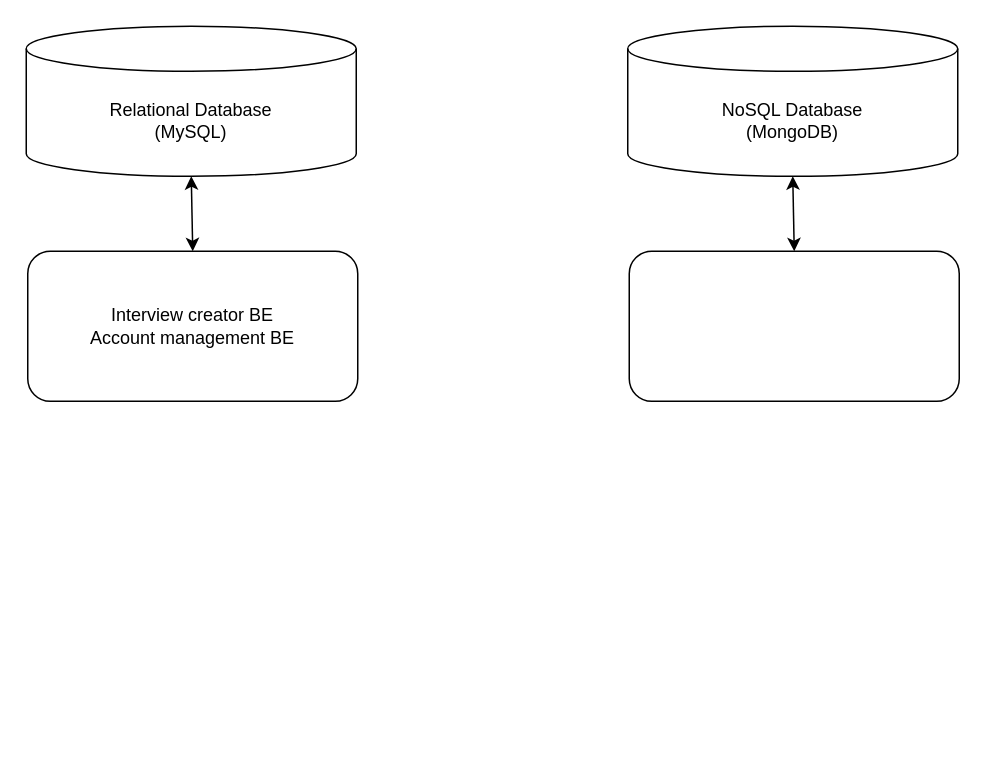
Before: Untitled Diagram.drawio in marina-bozic/s3-terraform, a draw.io diagram. Source tidied: cells renumbered, new cells numbered last; positions are measured from the earlier drawing's top-left corner, leaving out a move shared by most shapes. Both pictures are drawn from the tidied source at 150%, with x=0, y=0 at pixel (26, 26).
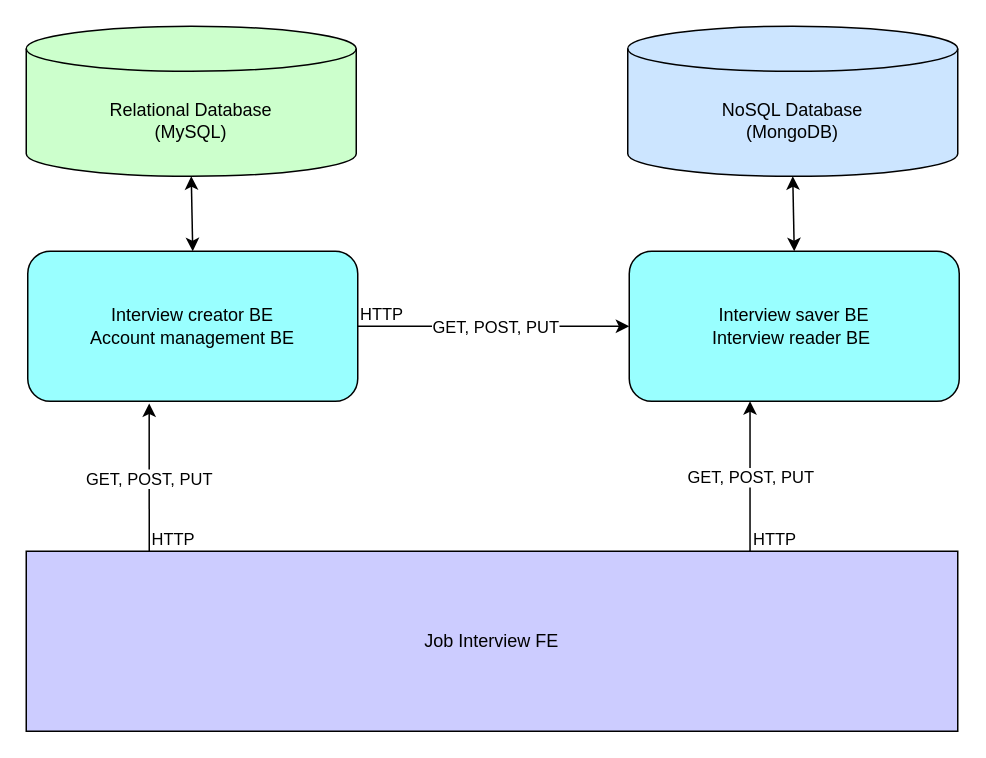
After the change.

Diff of the diagram source:
```diff
@@
 <mxGraphModel>
   <root>
     <mxCell id="0" />
     <mxCell id="1" parent="0" />
-    <mxCell id="2" value="Relational Database&lt;br&gt;(MySQL)" style="shape=cylinder3;whiteSpace=wrap;html=1;boundedLbl=1;backgroundOutline=1;size=15;" parent="1" vertex="1">
+    <mxCell id="2" value="Relational Database&lt;br&gt;(MySQL)" style="shape=cylinder3;whiteSpace=wrap;html=1;boundedLbl=1;backgroundOutline=1;size=15;fillColor=#CCFFCC;" parent="1" vertex="1">
       <mxGeometry width="220" height="100" as="geometry" />
     </mxCell>
-    <mxCell id="3" value="Interview creator BE&lt;br&gt;Account management BE" style="rounded=1;whiteSpace=wrap;html=1;" parent="1" vertex="1">
+    <mxCell id="3" value="Interview creator BE&lt;br&gt;Account management BE" style="rounded=1;whiteSpace=wrap;html=1;fillColor=#99FFFF;" parent="1" vertex="1">
       <mxGeometry x="1" y="150" width="220" height="100" as="geometry" />
     </mxCell>
     <mxCell id="4" style="endArrow=classic;startArrow=classic;html=1;exitX=0.5;exitY=0;exitDx=0;exitDy=0;entryX=0.5;entryY=1;entryDx=0;entryDy=0;entryPerimeter=0;" parent="1" edge="1" source="3" target="2">
       <mxGeometry relative="1" as="geometry" />
     </mxCell>
-    <mxCell id="5" value="NoSQL Database&lt;br&gt;(MongoDB)" style="shape=cylinder3;whiteSpace=wrap;html=1;boundedLbl=1;backgroundOutline=1;size=15;" parent="1" vertex="1">
+    <mxCell id="5" value="NoSQL Database&lt;br&gt;(MongoDB)" style="shape=cylinder3;whiteSpace=wrap;html=1;boundedLbl=1;backgroundOutline=1;size=15;fillColor=#CCE5FF;" parent="1" vertex="1">
       <mxGeometry x="401" width="220" height="100" as="geometry" />
     </mxCell>
-    <mxCell id="6" style="rounded=1;whiteSpace=wrap;html=1;" parent="1" vertex="1">
+    <mxCell id="6" value="Interview saver BE&lt;br&gt;Interview reader BE&amp;nbsp;" style="rounded=1;whiteSpace=wrap;html=1;fillColor=#99FFFF;" parent="1" vertex="1">
       <mxGeometry x="402" y="150" width="220" height="100" as="geometry" />
     </mxCell>
     <mxCell id="7" style="endArrow=classic;startArrow=classic;html=1;exitX=0.5;exitY=0;exitDx=0;exitDy=0;entryX=0.5;entryY=1;entryDx=0;entryDy=0;entryPerimeter=0;" parent="1" edge="1" source="6" target="5">
       <mxGeometry relative="1" as="geometry" />
     </mxCell>
+    <mxCell id="8" value="Job Interview FE" style="rounded=0;whiteSpace=wrap;html=1;fillColor=#CCCCFF;" parent="1" vertex="1">
+      <mxGeometry y="350" width="621" height="120" as="geometry" />
+    </mxCell>
+    <mxCell id="9" style="endArrow=classic;html=1;entryX=0.368;entryY=1.015;entryDx=0;entryDy=0;entryPerimeter=0;" parent="1" edge="1" target="3">
+      <mxGeometry relative="1" as="geometry">
+        <mxPoint x="82" y="350" as="sourcePoint" />
+      </mxGeometry>
+    </mxCell>
+    <mxCell id="10" value="GET, POST, PUT" style="edgeLabel;html=1;align=center;verticalAlign=middle;" parent="9" vertex="1">
+      <mxGeometry relative="1" as="geometry" />
+    </mxCell>
+    <mxCell id="11" value="HTTP" style="edgeLabel;html=1;align=left;verticalAlign=bottom;" parent="9" vertex="1">
+      <mxGeometry x="-1" relative="1" as="geometry" />
+    </mxCell>
+    <mxCell id="12" style="endArrow=classic;html=1;entryX=0.366;entryY=1;entryDx=0;entryDy=0;entryPerimeter=0;exitX=0.777;exitY=0;exitDx=0;exitDy=0;exitPerimeter=0;" parent="1" edge="1" source="8" target="6">
+      <mxGeometry relative="1" as="geometry" />
+    </mxCell>
+    <mxCell id="13" value="GET, POST, PUT" style="edgeLabel;html=1;align=center;verticalAlign=middle;" parent="12" vertex="1">
+      <mxGeometry relative="1" as="geometry" />
+    </mxCell>
+    <mxCell id="14" value="HTTP" style="edgeLabel;html=1;align=left;verticalAlign=bottom;" parent="12" vertex="1">
+      <mxGeometry x="-1" relative="1" as="geometry" />
+    </mxCell>
+    <mxCell id="15" style="endArrow=classic;html=1;entryX=0;entryY=0.5;entryDx=0;entryDy=0;exitX=1;exitY=0.5;exitDx=0;exitDy=0;" parent="1" edge="1" source="3" target="6">
+      <mxGeometry relative="1" as="geometry" />
+    </mxCell>
+    <mxCell id="16" value="GET, POST, PUT" style="edgeLabel;html=1;align=center;verticalAlign=middle;" parent="15" vertex="1">
+      <mxGeometry relative="1" as="geometry" />
+    </mxCell>
+    <mxCell id="17" value="HTTP" style="edgeLabel;html=1;align=left;verticalAlign=bottom;" parent="15" vertex="1">
+      <mxGeometry x="-1" relative="1" as="geometry" />
+    </mxCell>
   </root>
 </mxGraphModel>
```
